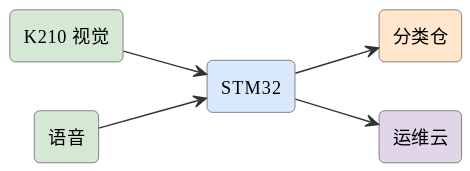
mingyi0818/IntelligentMcuCourse keeps this PlantUML diagram as assets/diagrams/ideas-fig90.svg. Above is the earlier version.
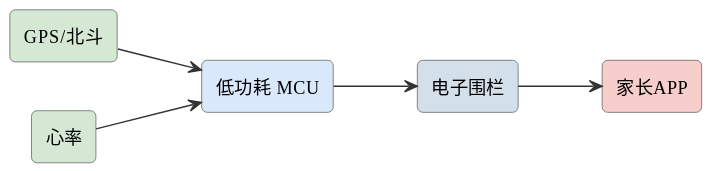
After the change.

The edit, as a diff of the source:
```diff
@@ -6,13 +6,13 @@
 skinparam arrowFontSize 11
 skinparam arrowColor #333
 left to right direction
-rectangle "K210 视觉" as cam #d5e8d4
-rectangle "语音" as mic #d5e8d4
-rectangle "STM32" as stm #dae8fc
-rectangle "分类仓" as bin #ffe6cc
-rectangle "运维云" as cloud #e1d5e8
-cam --> stm
-mic --> stm
-stm --> bin
-stm --> cloud
+rectangle "GPS/北斗" as gps #d5e8d4
+rectangle "心率" as hr #d5e8d4
+rectangle "低功耗 MCU" as mcu #dae8fc
+rectangle "电子围栏" as fence #d3e0ea
+rectangle "家长APP" as app #f8cecc
+gps --> mcu
+hr --> mcu
+mcu --> fence
+fence --> app
 @enduml
```
